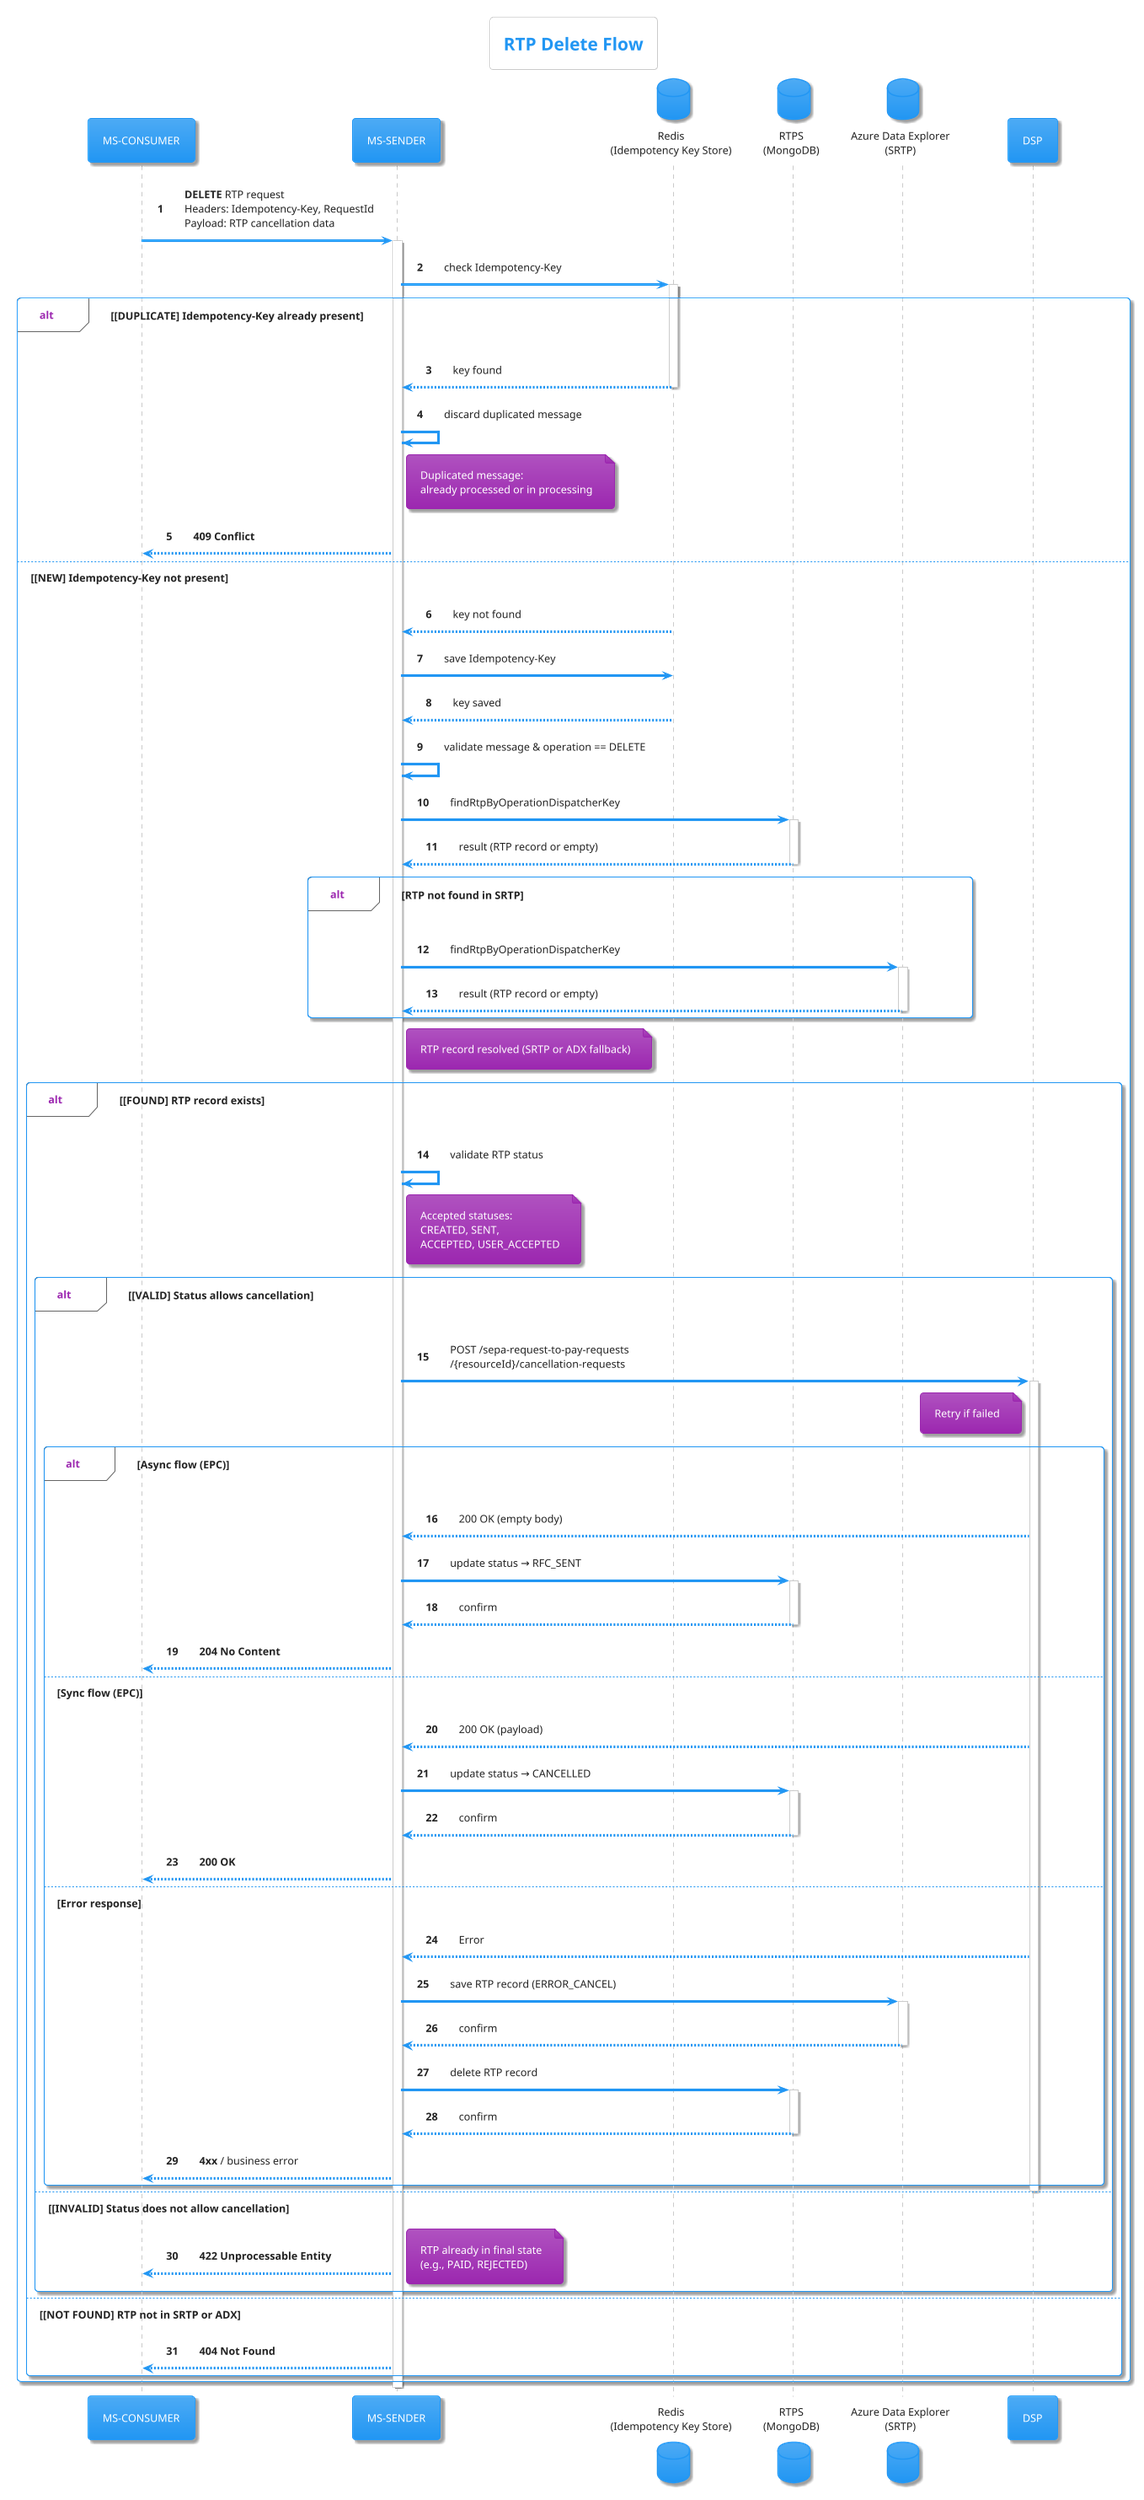
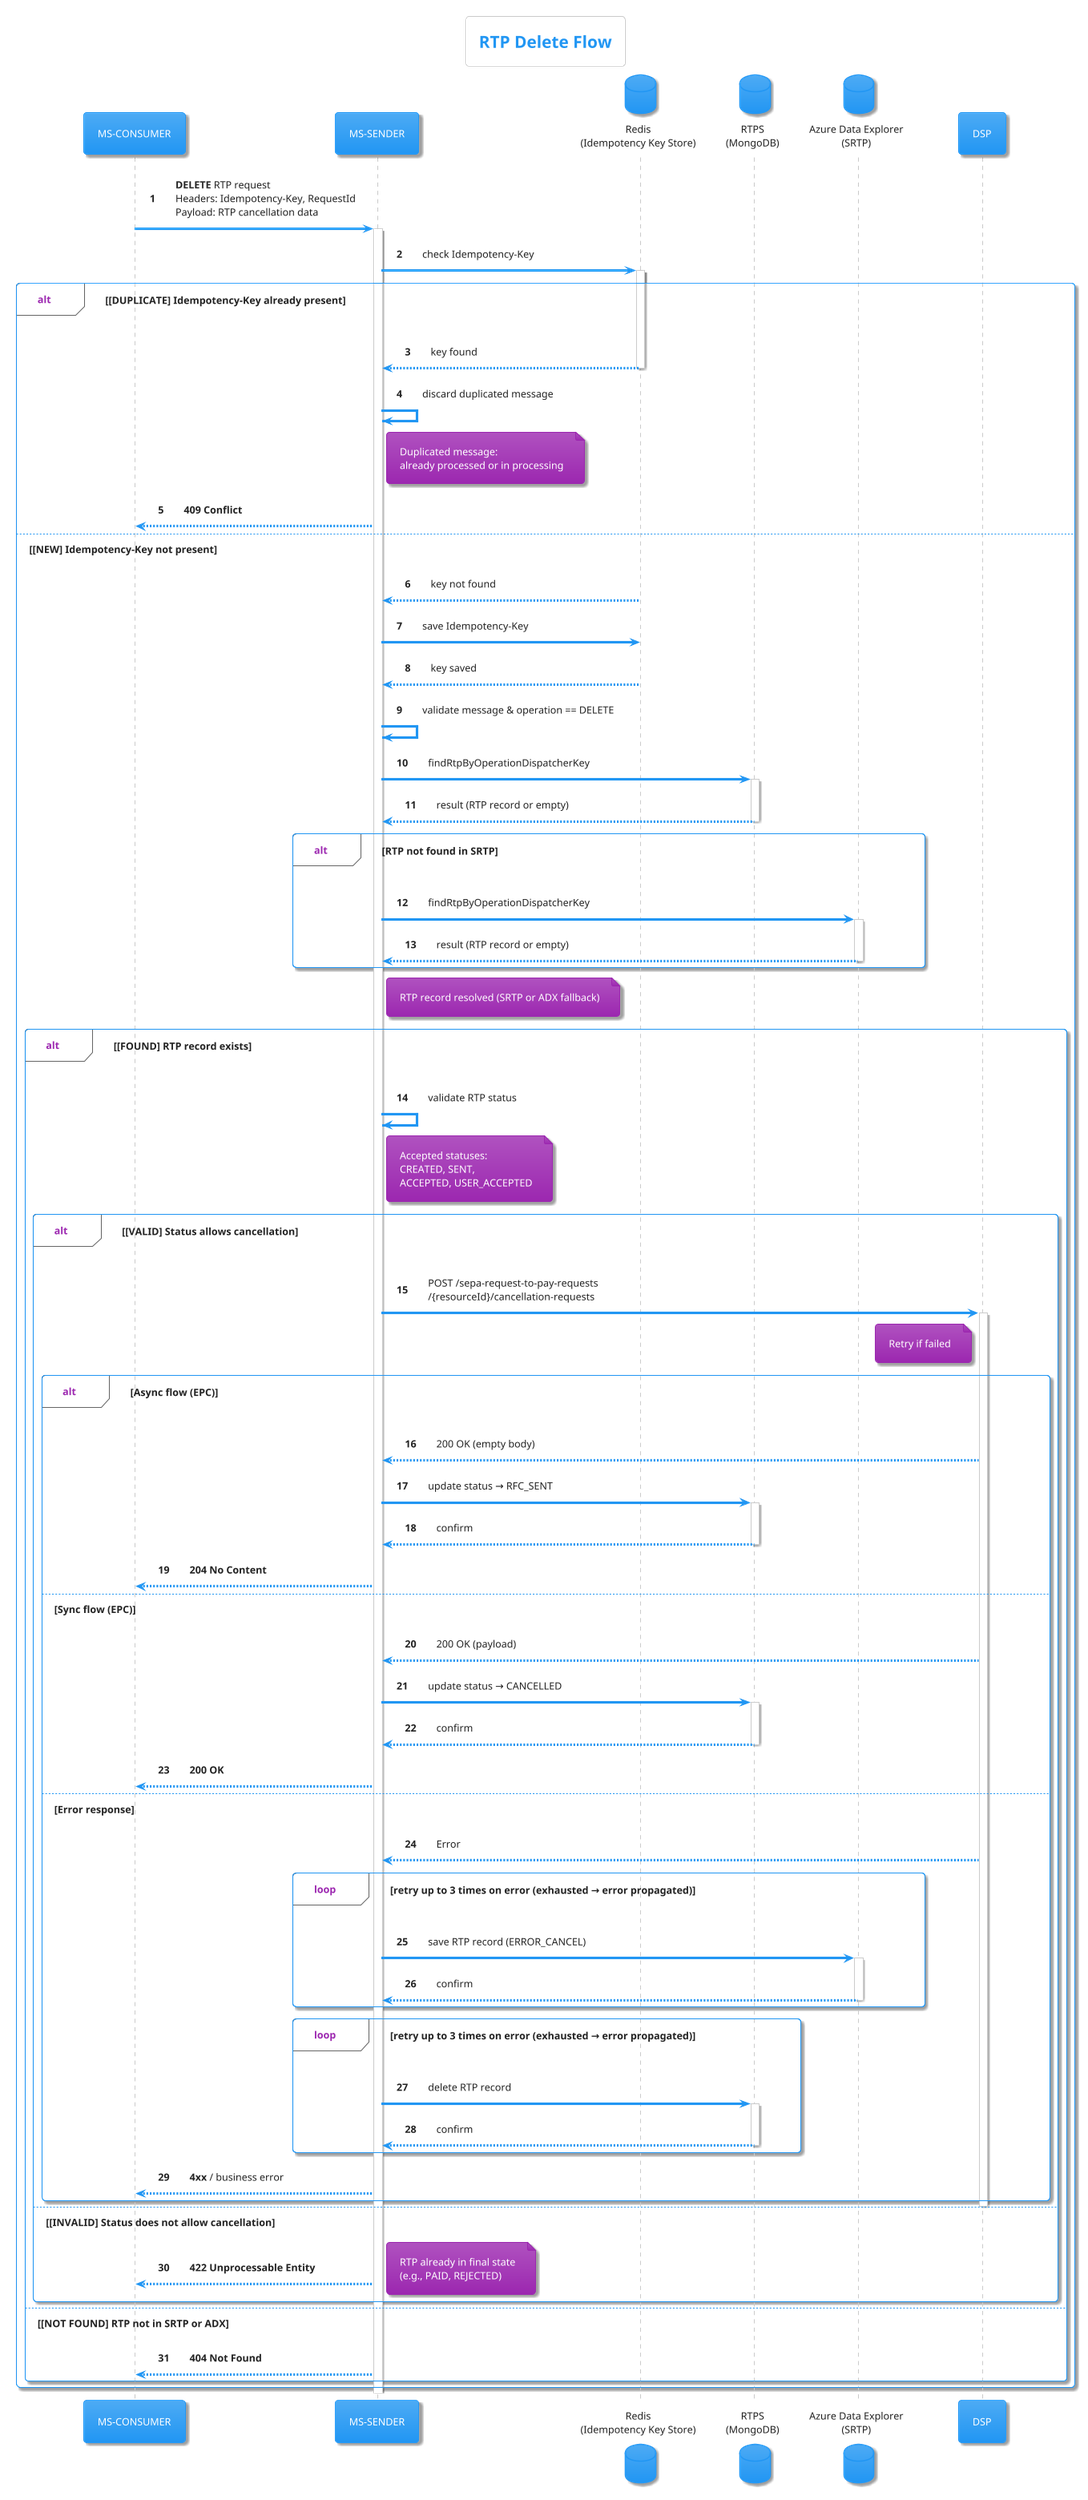
@startuml
' PlantUML Diagram for RTP Cancellation API
' Title: Unified RTP Cancellation Sequence Diagram
' Version: 1.0.0

!theme materia

title RTP Delete Flow

participant "MS-CONSUMER" as CONSUMER
participant "MS-SENDER" as SENDER
database "Redis\n(Idempotency Key Store)" as REDIS
database "RTPS\n(MongoDB)" as SRTP
database "Azure Data Explorer\n(SRTP)" as ADX
participant "DSP" as DSP

autonumber

CONSUMER -> SENDER: **DELETE** RTP request\nHeaders: Idempotency-Key, RequestId\nPayload: RTP cancellation data
activate SENDER

SENDER -> REDIS: check Idempotency-Key
activate REDIS

alt **[DUPLICATE] Idempotency-Key already present**
    REDIS --> SENDER: key found
    deactivate REDIS
    SENDER -> SENDER: discard duplicated message
    note right of SENDER
      Duplicated message:
      already processed or in processing
    end note
    SENDER --> CONSUMER: **409 Conflict**

else **[NEW] Idempotency-Key not present**
    REDIS --> SENDER: key not found
    SENDER -> REDIS: save Idempotency-Key
    REDIS --> SENDER: key saved
    deactivate REDIS

    SENDER -> SENDER: validate message & operation == DELETE

    SENDER -> SRTP: findRtpByOperationDispatcherKey
    activate SRTP
    SRTP --> SENDER: result (RTP record or empty)
    deactivate SRTP

    alt **RTP not found in SRTP**
        SENDER -> ADX: findRtpByOperationDispatcherKey
        activate ADX
        ADX --> SENDER: result (RTP record or empty)
        deactivate ADX
    end
    note right of SENDER: RTP record resolved (SRTP or ADX fallback)

    alt **[FOUND] RTP record exists**

        SENDER -> SENDER: validate RTP status
        note right of SENDER
          Accepted statuses:
          CREATED, SENT,
          ACCEPTED, USER_ACCEPTED
        end note

        alt **[VALID] Status allows cancellation**
            SENDER -> DSP: POST /sepa-request-to-pay-requests\n/{resourceId}/cancellation-requests
            activate DSP
            note left of DSP: Retry if failed

            alt **Async flow (EPC)**
                DSP --> SENDER: 200 OK (empty body)
                SENDER -> SRTP: update status → RFC_SENT
                activate SRTP
                SRTP --> SENDER: confirm
                deactivate SRTP
                SENDER --> CONSUMER: **204 No Content**

            else **Sync flow (EPC)**
                DSP --> SENDER: 200 OK (payload)
                SENDER -> SRTP: update status → CANCELLED
                activate SRTP
                SRTP --> SENDER: confirm
                deactivate SRTP
                SENDER --> CONSUMER: **200 OK**

            else **Error response**
                DSP --> SENDER: Error
-                 SENDER -> ADX: save RTP record (ERROR_CANCEL)
-                 activate ADX
-                 ADX --> SENDER: confirm
-                 deactivate ADX
-                 SENDER -> SRTP: delete RTP record
-                 activate SRTP
-                 SRTP --> SENDER: confirm
-                 deactivate SRTP
+                 loop **retry up to 3 times on error (exhausted → error propagated)**
+                     SENDER -> ADX: save RTP record (ERROR_CANCEL)
+                     activate ADX
+                     ADX --> SENDER: confirm
+                     deactivate ADX
+                 end
+                 loop **retry up to 3 times on error (exhausted → error propagated)**
+                     SENDER -> SRTP: delete RTP record
+                     activate SRTP
+                     SRTP --> SENDER: confirm
+                     deactivate SRTP
+                 end
                SENDER --> CONSUMER: **4xx** / business error
            end

            deactivate DSP

        else **[INVALID] Status does not allow cancellation**
            SENDER --> CONSUMER: **422 Unprocessable Entity**
            note right: RTP already in final state\n(e.g., PAID, REJECTED)
        end

    else **[NOT FOUND] RTP not in SRTP or ADX**
        SENDER --> CONSUMER: **404 Not Found**
    end

end

deactivate SENDER

@enduml